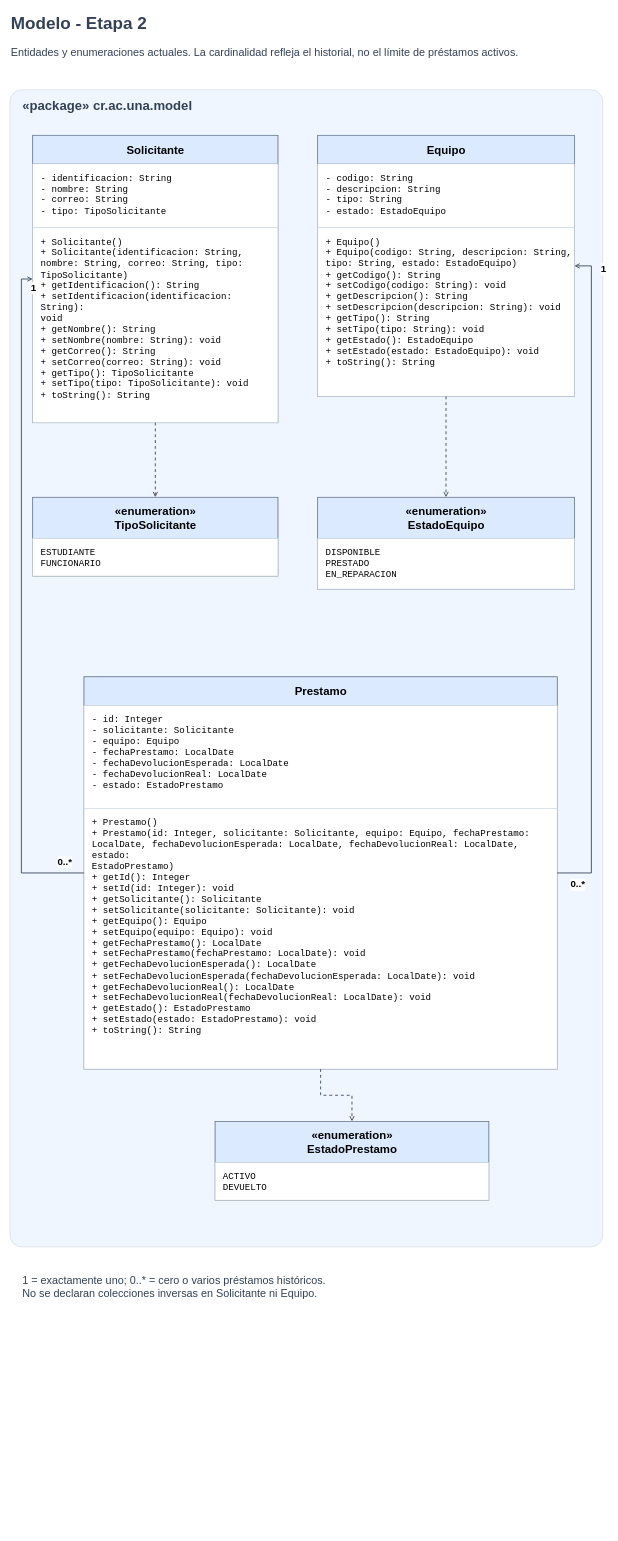
Before: page "02 - Modelo" (2 of 6) of docs/etapa_1/diagramas/uml.drawio in JohnPQ2312/examen1progra3, a draw.io diagram. Source tidied: cells renumbered, new cells numbered last; positions are measured from the earlier drawing's top-left corner, leaving out a move shared by most shapes. Both pictures are drawn from the tidied source at 57%, with x=0, y=0 at pixel (10, 10).
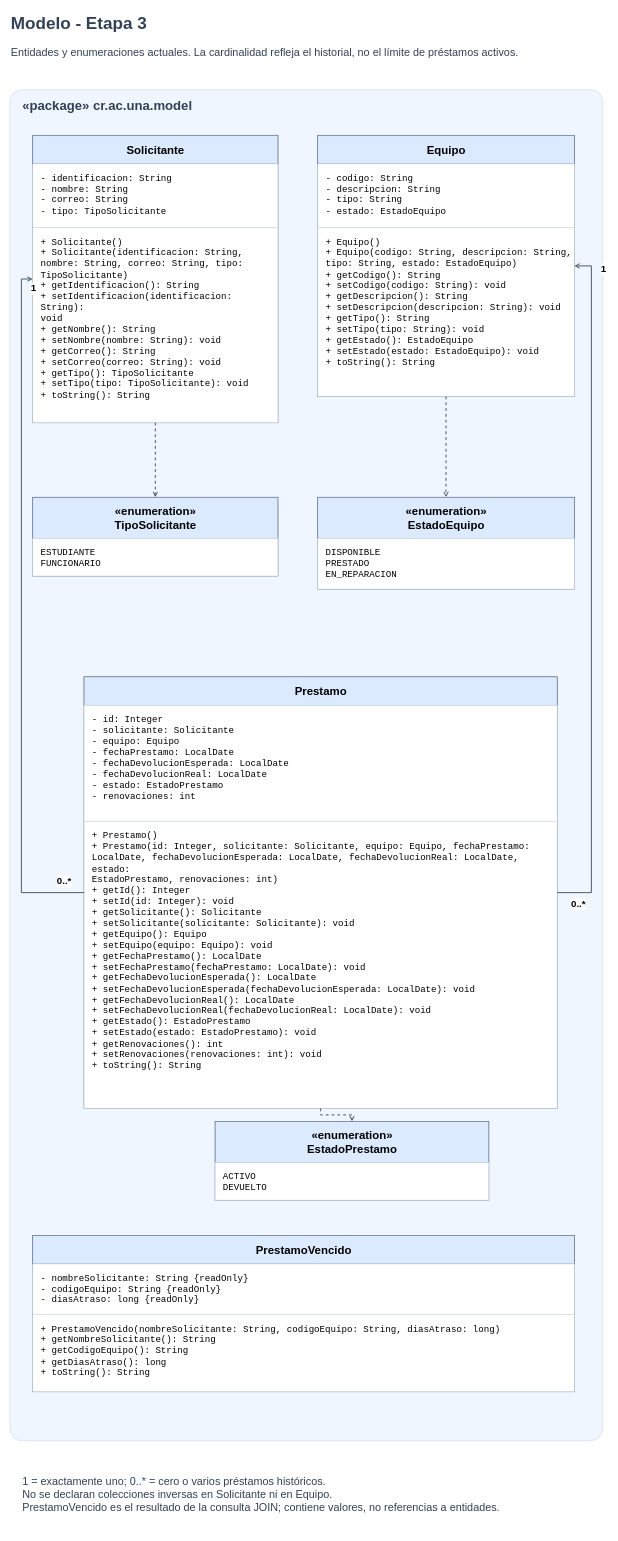
The same diagram, later.

Unchanged cells that the change refers to:
```xml
<mxCell id="6" style="rounded=0;fillColor=#ffffff;strokeColor=#64748b;strokeWidth=1.5;" parent="1" vertex="1">
  <mxGeometry x="40" y="220" width="430" height="504" as="geometry" />
</mxCell>
<mxCell id="10" style="rounded=0;fillColor=#ffffff;strokeColor=#64748b;strokeWidth=1.5;" parent="1" vertex="1">
  <mxGeometry x="540" y="220" width="450" height="458" as="geometry" />
</mxCell>
<mxCell id="24" style="rounded=0;fillColor=#ffffff;strokeColor=#64748b;strokeWidth=1.5;" parent="1" vertex="1">
  <mxGeometry x="360" y="1950" width="480" height="138" as="geometry" />
</mxCell>
```

Change to the diagram source:
```diff
@@
-    <mxCell id="2" value="Modelo - Etapa 2" style="text;html=1;strokeColor=none;fillColor=none;align=left;verticalAlign=middle;fontFamily=Arial;fontSize=30;fontStyle=1;fontColor=#334155;" parent="1" vertex="1">
+    <mxCell id="2" value="Modelo - Etapa 3" style="text;html=1;strokeColor=none;fillColor=none;align=left;verticalAlign=middle;fontFamily=Arial;fontSize=30;fontStyle=1;fontColor=#334155;" parent="1" vertex="1">
       <mxGeometry width="1050" height="44" as="geometry" />
     </mxCell>
@@
     <mxCell id="4" style="rounded=1;arcSize=2;fillColor=#eff6ff;strokeColor=#cbd5e1;" parent="1" vertex="1">
-      <mxGeometry y="140" width="1040" height="2030" as="geometry" />
+      <mxGeometry y="140" width="1040" height="2370" as="geometry" />
     </mxCell>
@@
     <mxCell id="20" style="rounded=0;fillColor=#ffffff;strokeColor=#64748b;strokeWidth=1.5;" parent="1" vertex="1">
-      <mxGeometry x="130" y="1170" width="830" height="688" as="geometry" />
+      <mxGeometry x="130" y="1170" width="830" height="757" as="geometry" />
     </mxCell>
@@
-    <mxCell id="22" value="- id: Integer&lt;br&gt;- solicitante: Solicitante&lt;br&gt;- equipo: Equipo&lt;br&gt;- fechaPrestamo: LocalDate&lt;br&gt;- fechaDevolucionEsperada: LocalDate&lt;br&gt;- fechaDevolucionReal: LocalDate&lt;br&gt;- estado: EstadoPrestamo" style="rounded=0;html=1;fillColor=#ffffff;strokeColor=#cbd5e1;align=left;verticalAlign=top;spacingLeft=12;spacingTop=10;fontFamily=Consolas;fontSize=16;whiteSpace=wrap;" parent="20" vertex="1">
-      <mxGeometry y="50" width="830" height="181" as="geometry" />
+    <mxCell id="22" value="- id: Integer&lt;br&gt;- solicitante: Solicitante&lt;br&gt;- equipo: Equipo&lt;br&gt;- fechaPrestamo: LocalDate&lt;br&gt;- fechaDevolucionEsperada: LocalDate&lt;br&gt;- fechaDevolucionReal: LocalDate&lt;br&gt;- estado: EstadoPrestamo&lt;br&gt;- renovaciones: int" style="rounded=0;html=1;fillColor=#ffffff;strokeColor=#cbd5e1;align=left;verticalAlign=top;spacingLeft=12;spacingTop=10;fontFamily=Consolas;fontSize=16;whiteSpace=wrap;" parent="20" vertex="1">
+      <mxGeometry y="50" width="830" height="204" as="geometry" />
     </mxCell>
-    <mxCell id="23" value="+ Prestamo()&lt;br&gt;+ Prestamo(id: Integer, solicitante: Solicitante, equipo: Equipo, fechaPrestamo:&lt;br&gt;LocalDate, fechaDevolucionEsperada: LocalDate, fechaDevolucionReal: LocalDate, estado:&lt;br&gt;  EstadoPrestamo)&lt;br&gt;+ getId(): Integer&lt;br&gt;+ setId(id: Integer): void&lt;br&gt;+ getSolicitante(): Solicitante&lt;br&gt;+ setSolicitante(solicitante: Solicitante): void&lt;br&gt;+ getEquipo(): Equipo&lt;br&gt;+ setEquipo(equipo: Equipo): void&lt;br&gt;+ getFechaPrestamo(): LocalDate&lt;br&gt;+ setFechaPrestamo(fechaPrestamo: LocalDate): void&lt;br&gt;+ getFechaDevolucionEsperada(): LocalDate&lt;br&gt;+ setFechaDevolucionEsperada(fechaDevolucionEsperada: LocalDate): void&lt;br&gt;+ getFechaDevolucionReal(): LocalDate&lt;br&gt;+ setFechaDevolucionReal(fechaDevolucionReal: LocalDate): void&lt;br&gt;+ getEstado(): EstadoPrestamo&lt;br&gt;+ setEstado(estado: EstadoPrestamo): void&lt;br&gt;+ toString(): String" style="rounded=0;html=1;fillColor=#ffffff;strokeColor=#cbd5e1;align=left;verticalAlign=top;spacingLeft=12;spacingTop=10;fontFamily=Consolas;fontSize=16;whiteSpace=wrap;" parent="20" vertex="1">
-      <mxGeometry y="231" width="830" height="457" as="geometry" />
+    <mxCell id="23" value="+ Prestamo()&lt;br&gt;+ Prestamo(id: Integer, solicitante: Solicitante, equipo: Equipo, fechaPrestamo:&lt;br&gt;LocalDate, fechaDevolucionEsperada: LocalDate, fechaDevolucionReal: LocalDate, estado:&lt;br&gt;EstadoPrestamo, renovaciones: int)&lt;br&gt;+ getId(): Integer&lt;br&gt;+ setId(id: Integer): void&lt;br&gt;+ getSolicitante(): Solicitante&lt;br&gt;+ setSolicitante(solicitante: Solicitante): void&lt;br&gt;+ getEquipo(): Equipo&lt;br&gt;+ setEquipo(equipo: Equipo): void&lt;br&gt;+ getFechaPrestamo(): LocalDate&lt;br&gt;+ setFechaPrestamo(fechaPrestamo: LocalDate): void&lt;br&gt;+ getFechaDevolucionEsperada(): LocalDate&lt;br&gt;+ setFechaDevolucionEsperada(fechaDevolucionEsperada: LocalDate): void&lt;br&gt;+ getFechaDevolucionReal(): LocalDate&lt;br&gt;+ setFechaDevolucionReal(fechaDevolucionReal: LocalDate): void&lt;br&gt;+ getEstado(): EstadoPrestamo&lt;br&gt;+ setEstado(estado: EstadoPrestamo): void&lt;br&gt;+ getRenovaciones(): int&lt;br&gt;+ setRenovaciones(renovaciones: int): void&lt;br&gt;+ toString(): String" style="rounded=0;html=1;fillColor=#ffffff;strokeColor=#cbd5e1;align=left;verticalAlign=top;spacingLeft=12;spacingTop=10;fontFamily=Consolas;fontSize=16;whiteSpace=wrap;" parent="20" vertex="1">
+      <mxGeometry y="254" width="830" height="503" as="geometry" />
     </mxCell>
@@
     <mxCell id="27" style="edgeStyle=orthogonalEdgeStyle;noEdgeStyle=1;rounded=0;html=1;jettySize=18;strokeWidth=1.7;fontFamily=Arial;fontSize=16;strokeColor=#475569;fontColor=#475569;labelBackgroundColor=#ffffff;jumpStyle=arc;jumpSize=14;exitX=0;exitY=0.5;entryX=0;entryY=0.5;exitPerimeter=0;entryPerimeter=0;endArrow=open;endFill=0;" parent="1" edge="1" source="20" target="6">
       <mxGeometry relative="1" as="geometry">
         <Array as="points">
-          <mxPoint x="20" y="1514" />
+          <mxPoint x="20" y="1548.5" />
           <mxPoint x="20" y="472" />
         </Array>
       </mxGeometry>
     </mxCell>
@@
     <mxCell id="30" style="edgeStyle=orthogonalEdgeStyle;noEdgeStyle=1;rounded=0;html=1;jettySize=18;strokeWidth=1.7;fontFamily=Arial;fontSize=16;strokeColor=#475569;fontColor=#475569;labelBackgroundColor=#ffffff;jumpStyle=arc;jumpSize=14;exitX=1;exitY=0.5;entryX=1;entryY=0.5;exitPerimeter=0;entryPerimeter=0;endArrow=open;endFill=0;" parent="1" edge="1" source="20" target="10">
       <mxGeometry relative="1" as="geometry">
         <Array as="points">
-          <mxPoint x="1020" y="1514" />
+          <mxPoint x="1020" y="1548.5" />
           <mxPoint x="1020" y="449" />
         </Array>
       </mxGeometry>
     </mxCell>
@@
     <mxCell id="35" style="edgeStyle=orthogonalEdgeStyle;noEdgeStyle=1;rounded=0;html=1;jettySize=18;strokeWidth=1.7;fontFamily=Arial;fontSize=16;strokeColor=#475569;fontColor=#475569;labelBackgroundColor=#ffffff;jumpStyle=arc;jumpSize=14;exitX=0.5;exitY=1;entryX=0.5;entryY=0;exitPerimeter=0;entryPerimeter=0;dashed=1;endArrow=open;endFill=0;" parent="1" edge="1" source="20" target="24">
       <mxGeometry relative="1" as="geometry">
         <Array as="points">
-          <mxPoint x="545" y="1904" />
-          <mxPoint x="600" y="1904" />
+          <mxPoint x="545" y="1938.5" />
+          <mxPoint x="600" y="1938.5" />
         </Array>
       </mxGeometry>
     </mxCell>
-    <mxCell id="36" value="1 = exactamente uno; 0..* = cero o varios préstamos históricos.&lt;br&gt;No se declaran colecciones inversas en Solicitante ni Equipo." style="text;html=1;strokeColor=none;fillColor=none;align=left;verticalAlign=middle;fontFamily=Arial;fontSize=19;fontStyle=0;fontColor=#334155;" parent="1" vertex="1">
-      <mxGeometry x="20" y="2200" width="1010" height="80" as="geometry" />
+    <mxCell id="36" value="1 = exactamente uno; 0..* = cero o varios préstamos históricos.&lt;br&gt;No se declaran colecciones inversas en Solicitante ni en Equipo.&lt;br&gt;PrestamoVencido es el resultado de la consulta JOIN; contiene valores, no referencias a entidades." style="text;html=1;strokeColor=none;fillColor=none;align=left;verticalAlign=middle;fontFamily=Arial;fontSize=19;fontStyle=0;fontColor=#334155;" parent="1" vertex="1">
+      <mxGeometry x="20" y="2540" width="1010" height="130" as="geometry" />
     </mxCell>
+    <mxCell id="37" style="rounded=0;fillColor=#ffffff;strokeColor=#64748b;strokeWidth=1.5;" parent="1" vertex="1">
+      <mxGeometry x="40" y="2150" width="950" height="274" as="geometry" />
+    </mxCell>
+    <mxCell id="38" value="PrestamoVencido" style="rounded=0;html=1;fillColor=#dbeafe;strokeColor=#64748b;align=center;verticalAlign=middle;fontFamily=Arial;fontSize=20;fontStyle=1;" parent="37" vertex="1">
+      <mxGeometry width="950" height="50" as="geometry" />
+    </mxCell>
+    <mxCell id="39" value="- nombreSolicitante: String {readOnly}&lt;br&gt;- codigoEquipo: String {readOnly}&lt;br&gt;- diasAtraso: long {readOnly}" style="rounded=0;html=1;fillColor=#ffffff;strokeColor=#cbd5e1;align=left;verticalAlign=top;spacingLeft=12;spacingTop=10;fontFamily=Consolas;fontSize=16;whiteSpace=wrap;" parent="37" vertex="1">
+      <mxGeometry y="50" width="950" height="89" as="geometry" />
+    </mxCell>
+    <mxCell id="40" value="+ PrestamoVencido(nombreSolicitante: String, codigoEquipo: String, diasAtraso: long)&lt;br&gt;+ getNombreSolicitante(): String&lt;br&gt;+ getCodigoEquipo(): String&lt;br&gt;+ getDiasAtraso(): long&lt;br&gt;+ toString(): String" style="rounded=0;html=1;fillColor=#ffffff;strokeColor=#cbd5e1;align=left;verticalAlign=top;spacingLeft=12;spacingTop=10;fontFamily=Consolas;fontSize=16;whiteSpace=wrap;" parent="37" vertex="1">
+      <mxGeometry y="139" width="950" height="135" as="geometry" />
+    </mxCell>
```
